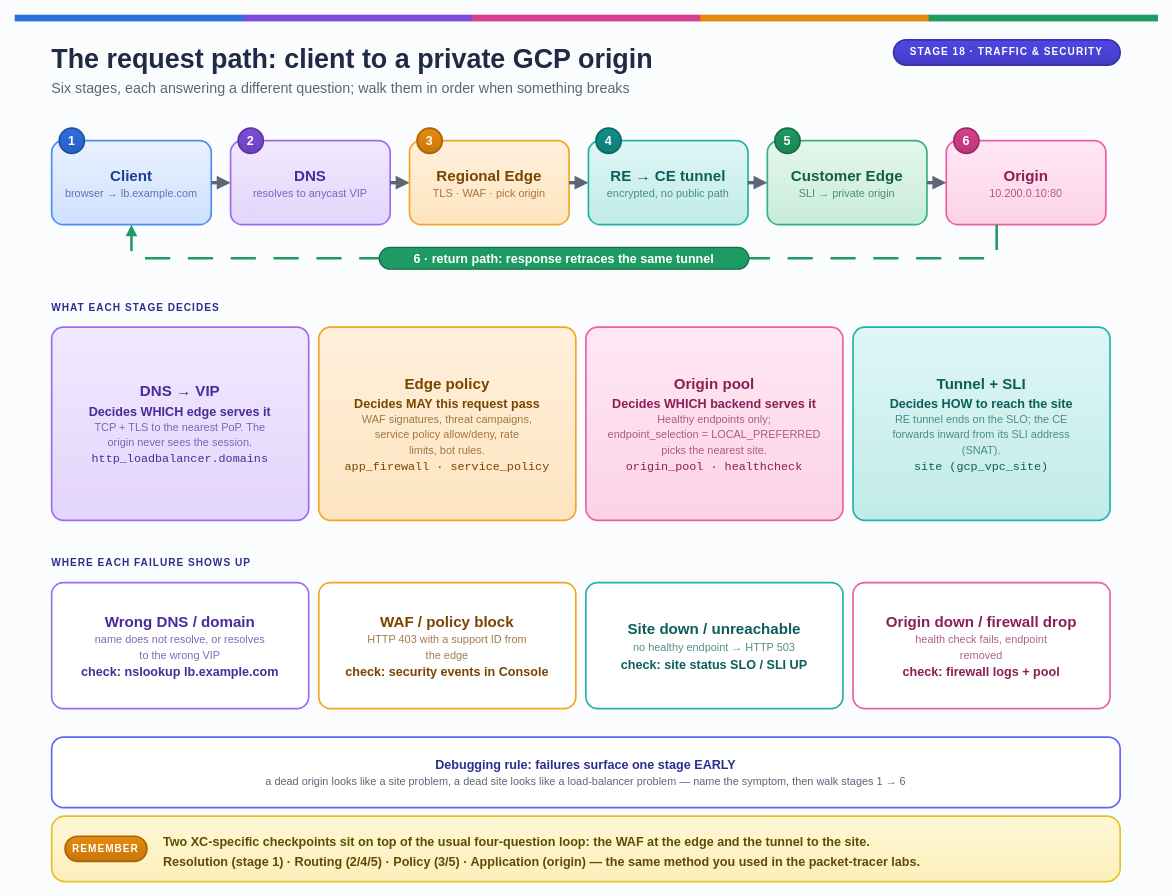
Earlier version of the draw.io diagram docs/theory/diagrams/f5-xc-request-path.drawio (nitinkc/Networks-Terraform-Basics). Source tidied: cells renumbered, new cells numbered last; positions are measured from the earlier drawing's top-left corner, leaving out a move shared by most shapes. Both pictures are drawn from the tidied source at 84%, with x=0, y=0 at pixel (14, 14).
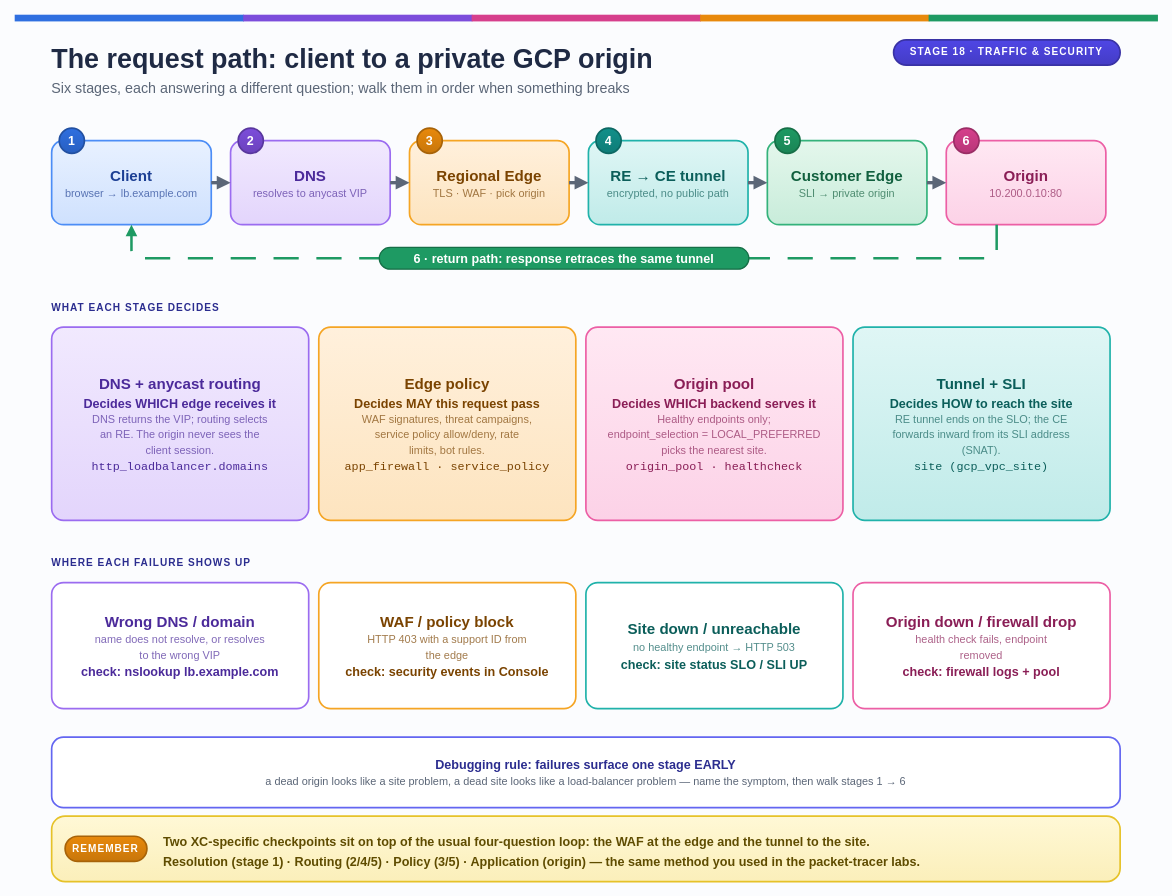
The same page after the edit.

The edit, as a diff of the source:
```diff
@@
-    <mxCell id="30" value="&lt;div style=&quot;font-size:18px;line-height:26px;font-weight:700;font-family:Helvetica;color:#4B2A9A;&quot;&gt;DNS → VIP&lt;/div&gt;&lt;div style=&quot;font-size:15px;line-height:21px;font-weight:700;font-family:Helvetica;color:#4B2A9A;&quot;&gt;Decides WHICH edge serves it&lt;/div&gt;&lt;div style=&quot;font-size:13px;line-height:18px;font-weight:400;font-family:Helvetica;color:#7D63B8;&quot;&gt;TCP + TLS to the nearest PoP. The&lt;/div&gt;&lt;div style=&quot;font-size:13px;line-height:18px;font-weight:400;font-family:Helvetica;color:#7D63B8;&quot;&gt;origin never sees the session.&lt;/div&gt;&lt;div style=&quot;font-size:15px;line-height:21px;font-weight:400;font-family:Helvetica;color:#4B2A9A;&quot;&gt;&lt;/div&gt;&lt;div style=&quot;font-size:14px;line-height:20px;font-weight:500;font-family:Courier New;color:#4B2A9A;&quot;&gt;http_loadbalancer.domains&lt;/div&gt;" style="html=1;whiteSpace=wrap;overflow=hidden;strokeColor=#9B6CF0;strokeWidth=2;fontColor=#4B2A9A;fillColor=#F1E9FE;gradientColor=#E3D5FC;gradientDirection=south;rounded=1;absoluteArcSize=1;arcSize=28;align=center;verticalAlign=middle;spacing=0;" parent="1" vertex="1">
+    <mxCell id="30" value="&lt;div style=&quot;font-size:18px;line-height:26px;font-weight:700;font-family:Helvetica;color:#4B2A9A;&quot;&gt;DNS + anycast routing&lt;/div&gt;&lt;div style=&quot;font-size:15px;line-height:21px;font-weight:700;font-family:Helvetica;color:#4B2A9A;&quot;&gt;Decides WHICH edge receives it&lt;/div&gt;&lt;div style=&quot;font-size:13px;line-height:18px;font-weight:400;font-family:Helvetica;color:#7D63B8;&quot;&gt;DNS returns the VIP; routing selects&lt;/div&gt;&lt;div style=&quot;font-size:13px;line-height:18px;font-weight:400;font-family:Helvetica;color:#7D63B8;&quot;&gt;an RE. The origin never sees the&lt;/div&gt;&lt;div style=&quot;font-size:13px;line-height:18px;font-weight:400;font-family:Helvetica;color:#7D63B8;&quot;&gt;client session.&lt;/div&gt;&lt;div style=&quot;font-size:15px;line-height:21px;font-weight:400;font-family:Helvetica;color:#4B2A9A;&quot;&gt;&lt;/div&gt;&lt;div style=&quot;font-size:14px;line-height:20px;font-weight:500;font-family:Courier New;color:#4B2A9A;&quot;&gt;http_loadbalancer.domains&lt;/div&gt;" style="html=1;whiteSpace=wrap;overflow=hidden;strokeColor=#9B6CF0;strokeWidth=2;fontColor=#4B2A9A;fillColor=#F1E9FE;gradientColor=#E3D5FC;gradientDirection=south;rounded=1;absoluteArcSize=1;arcSize=28;align=center;verticalAlign=middle;spacing=0;" parent="1" vertex="1">
       <mxGeometry x="44" y="372" width="306" height="230" as="geometry" />
     </mxCell>
```
